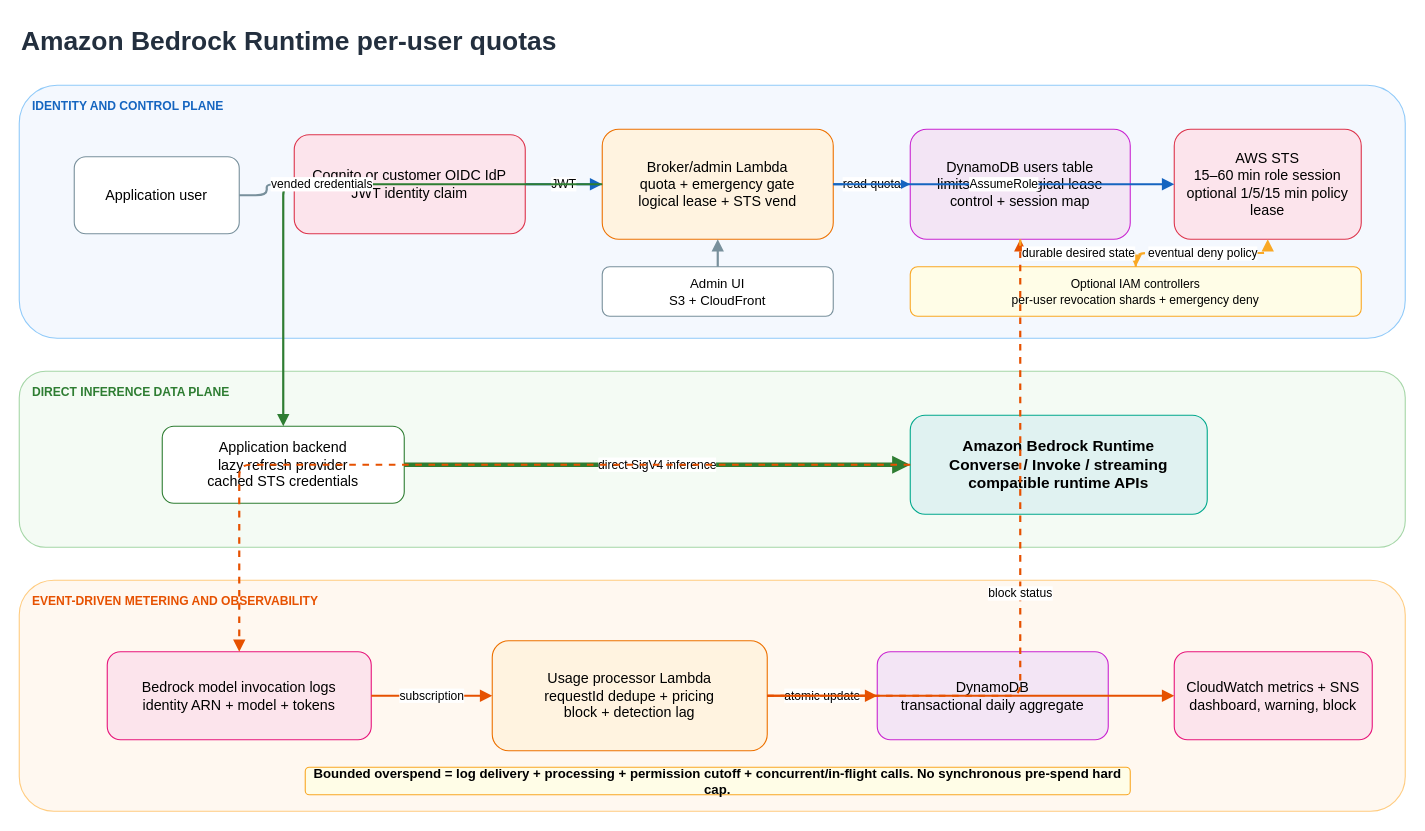
Above: poc-to-prod/bedrock-spend-controls/assets/architecture.drawio in alv-cha/amazon-bedrock-samples (draw.io), before the change. Source tidied: cells renumbered, new cells numbered last; positions are measured from the earlier drawing's top-left corner, leaving out a move shared by most shapes. Both pictures are drawn from the tidied source at 110%, with x=0, y=0 at pixel (19, 19).
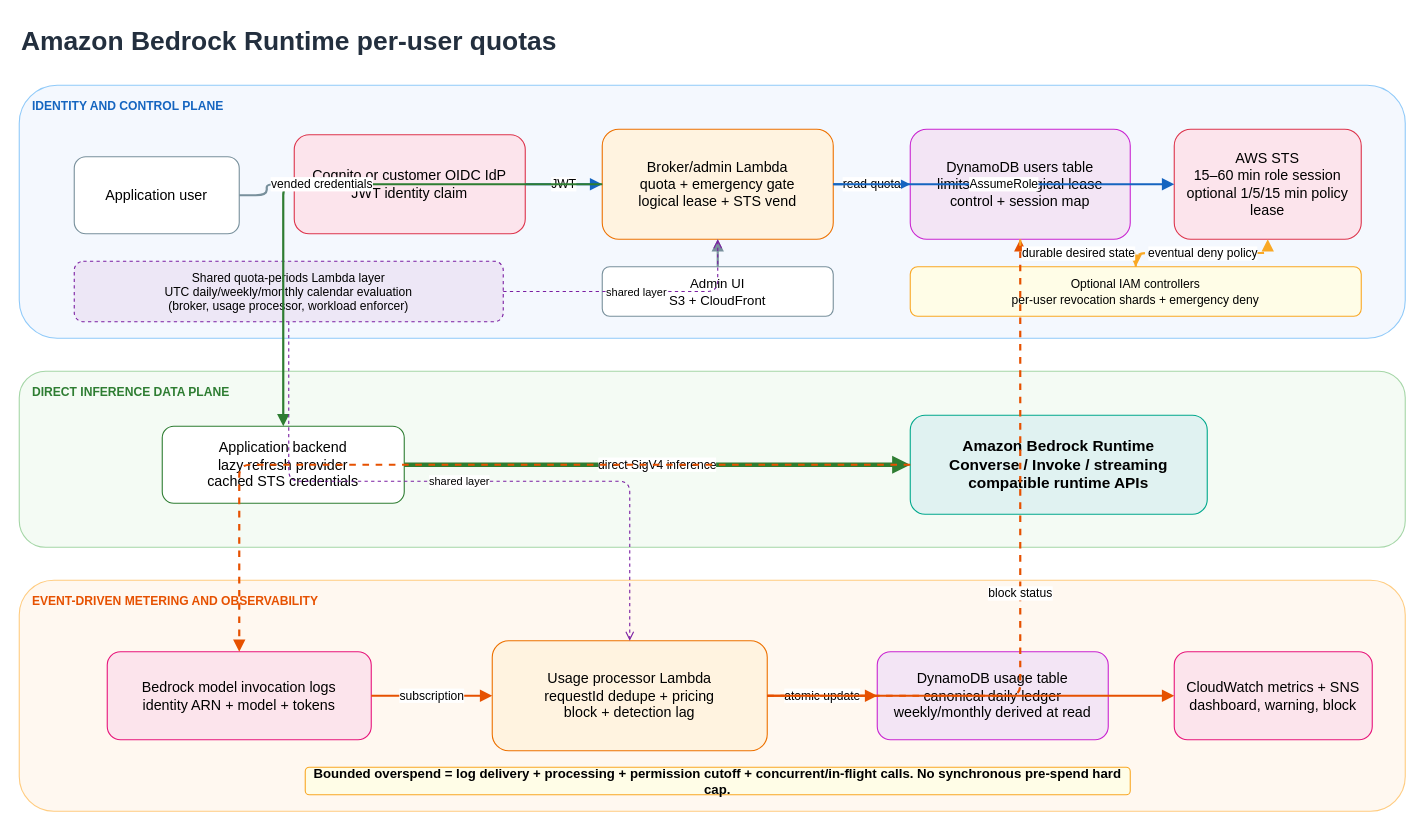
After the change.

The change refers to these unchanged cells:
```xml
<mxCell id="8" value="Broker/admin Lambda&#10;quota + emergency gate&#10;logical lease + STS vend" style="rounded=1;whiteSpace=wrap;html=1;fillColor=#FFF3E0;strokeColor=#ED7100;fontSize=13;" parent="1" vertex="1">
  <mxGeometry x="530" y="100" width="210" height="100" as="geometry" />
</mxCell>
<mxCell id="16" value="Usage processor Lambda&#10;requestId dedupe + pricing&#10;block + detection lag" style="rounded=1;whiteSpace=wrap;html=1;fillColor=#FFF3E0;strokeColor=#ED7100;fontSize=13;" parent="1" vertex="1">
  <mxGeometry x="430" y="565" width="250" height="100" as="geometry" />
</mxCell>
```

Diff of the diagram source:
```diff
@@
+    <mxCell id="34" value="Shared quota-periods Lambda layer&#10;UTC daily/weekly/monthly calendar evaluation&#10;(broker, usage processor, workload enforcer)" style="rounded=1;whiteSpace=wrap;html=1;fillColor=#EDE7F6;strokeColor=#7B1FA2;fontSize=11;dashed=1;" parent="1" vertex="1">
+      <mxGeometry x="50" y="220" width="390" height="55" as="geometry" />
+    </mxCell>
@@
-    <mxCell id="17" value="DynamoDB&#10;transactional daily aggregate" style="rounded=1;whiteSpace=wrap;html=1;fillColor=#F3E5F5;strokeColor=#C925D1;fontSize=13;" parent="1" vertex="1">
+    <mxCell id="17" value="DynamoDB usage table&#10;canonical daily ledger&#10;weekly/monthly derived at read" style="rounded=1;whiteSpace=wrap;html=1;fillColor=#F3E5F5;strokeColor=#C925D1;fontSize=13;" parent="1" vertex="1">
       <mxGeometry x="780" y="575" width="210" height="80" as="geometry" />
     </mxCell>
@@
+    <mxCell id="35" value="shared layer" style="edgeStyle=orthogonalEdgeStyle;rounded=1;html=1;strokeWidth=1;endArrow=open;endFill=0;strokeColor=#7B1FA2;dashed=1;fontSize=10;" parent="1" edge="1" source="34" target="8">
+      <mxGeometry relative="1" as="geometry" />
+    </mxCell>
+    <mxCell id="36" value="shared layer" style="edgeStyle=orthogonalEdgeStyle;rounded=1;html=1;strokeWidth=1;endArrow=open;endFill=0;strokeColor=#7B1FA2;dashed=1;fontSize=10;" parent="1" edge="1" source="34" target="16">
+      <mxGeometry relative="1" as="geometry" />
+    </mxCell>
```
